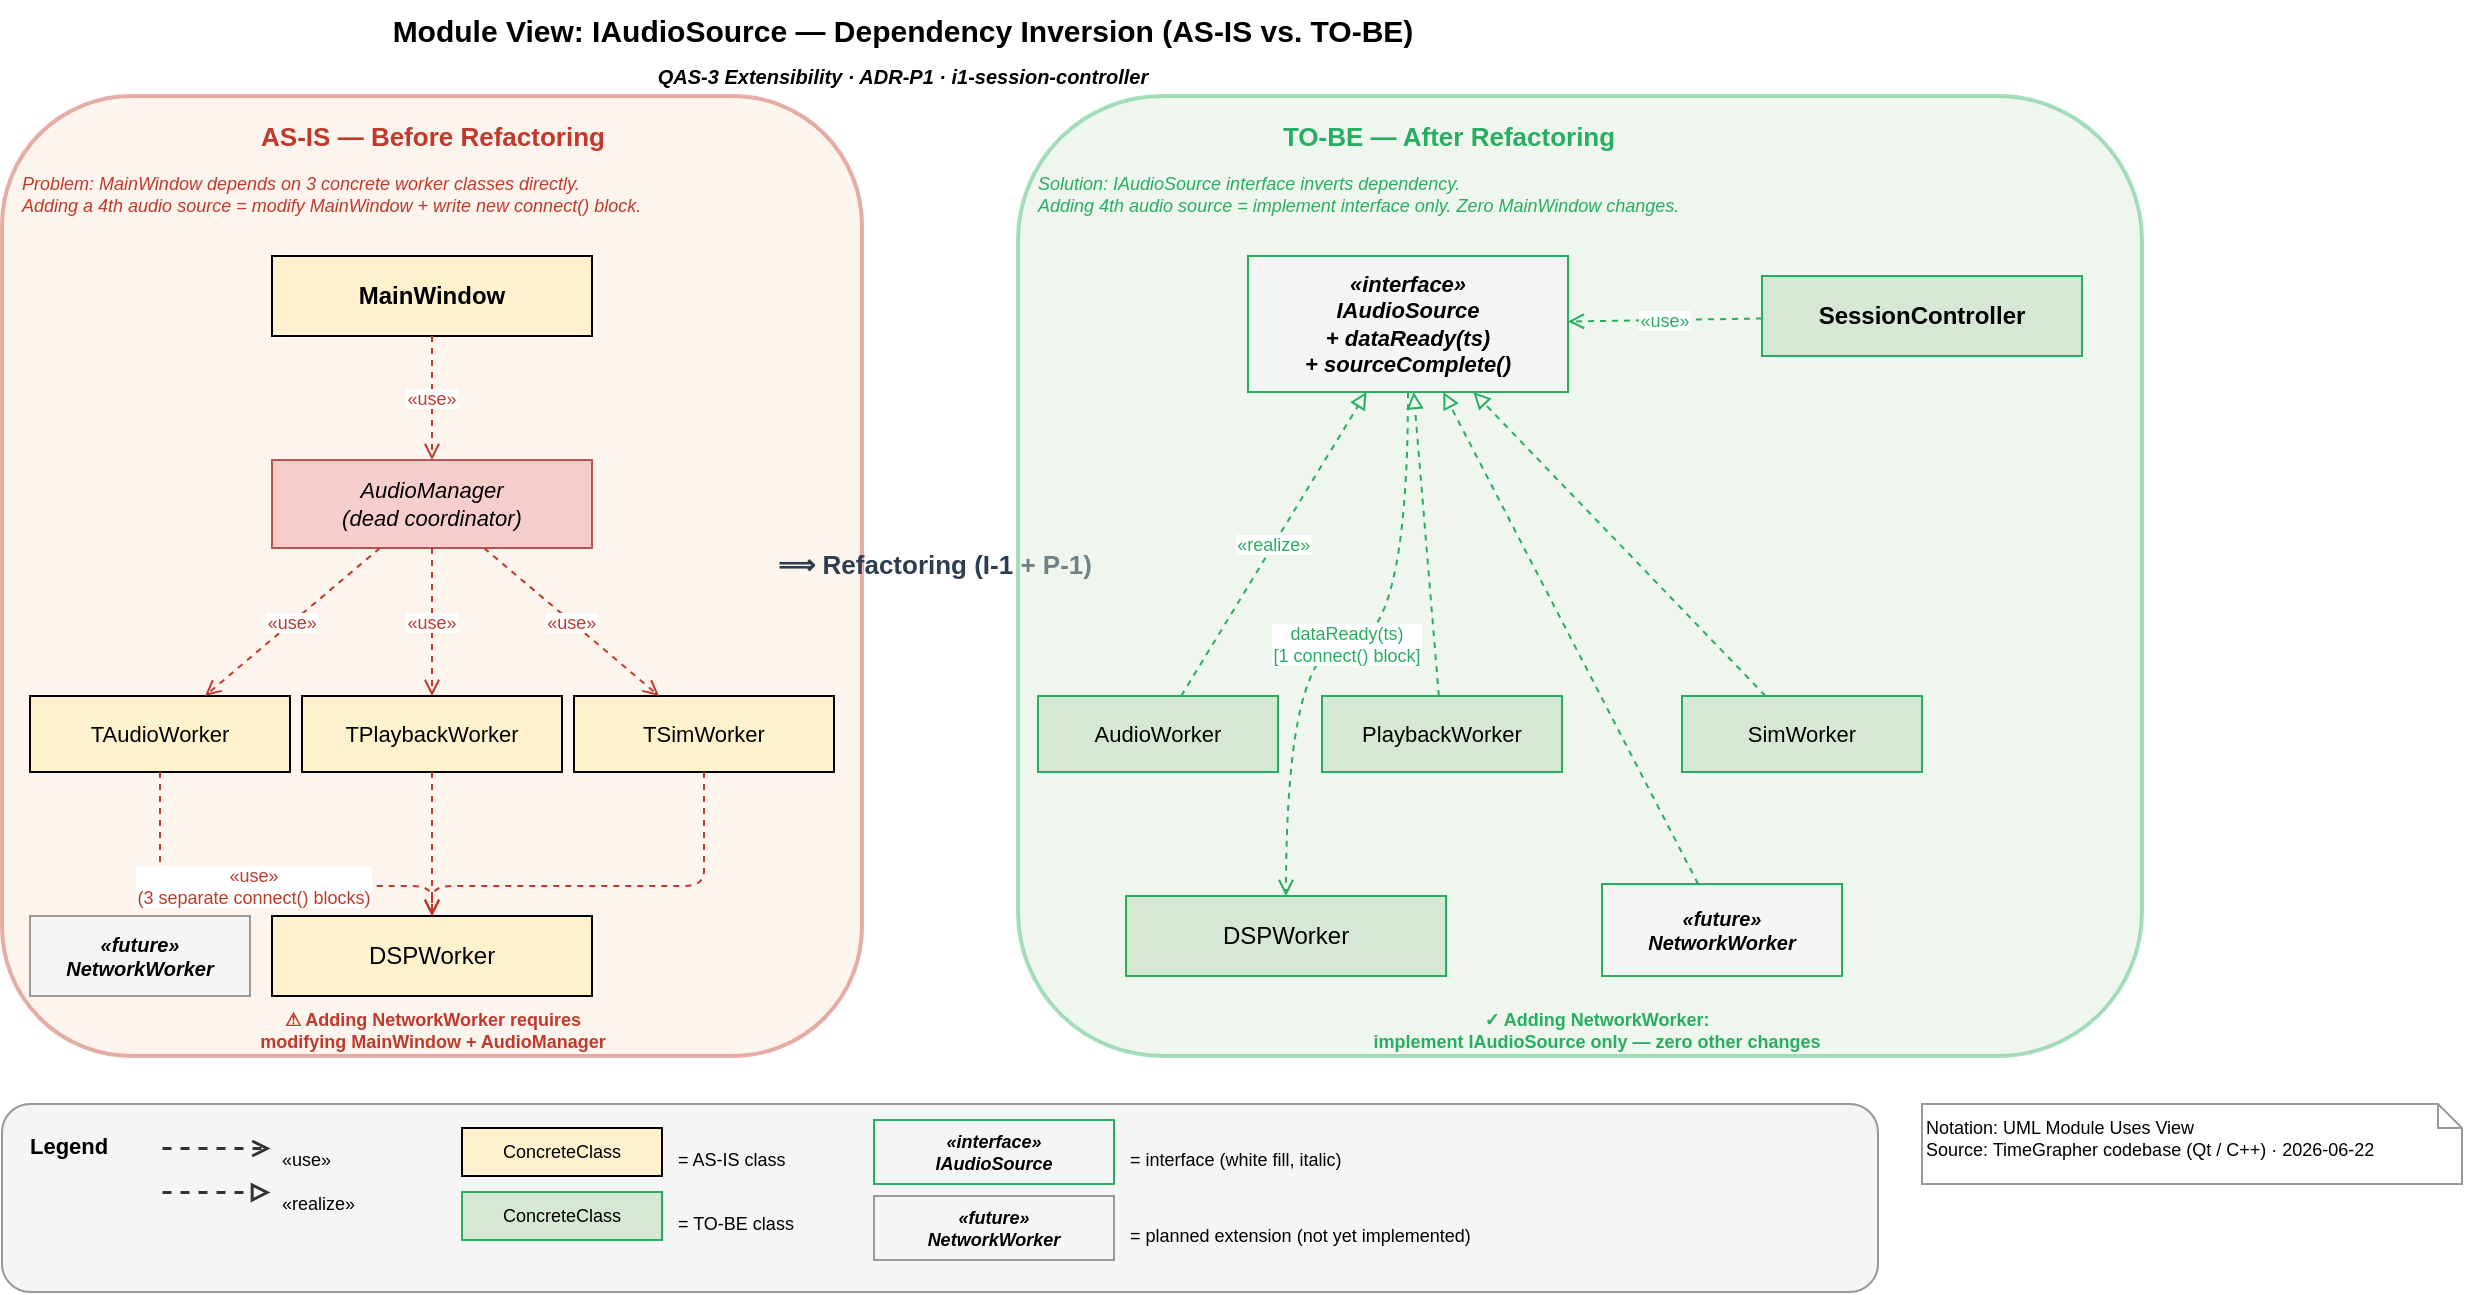
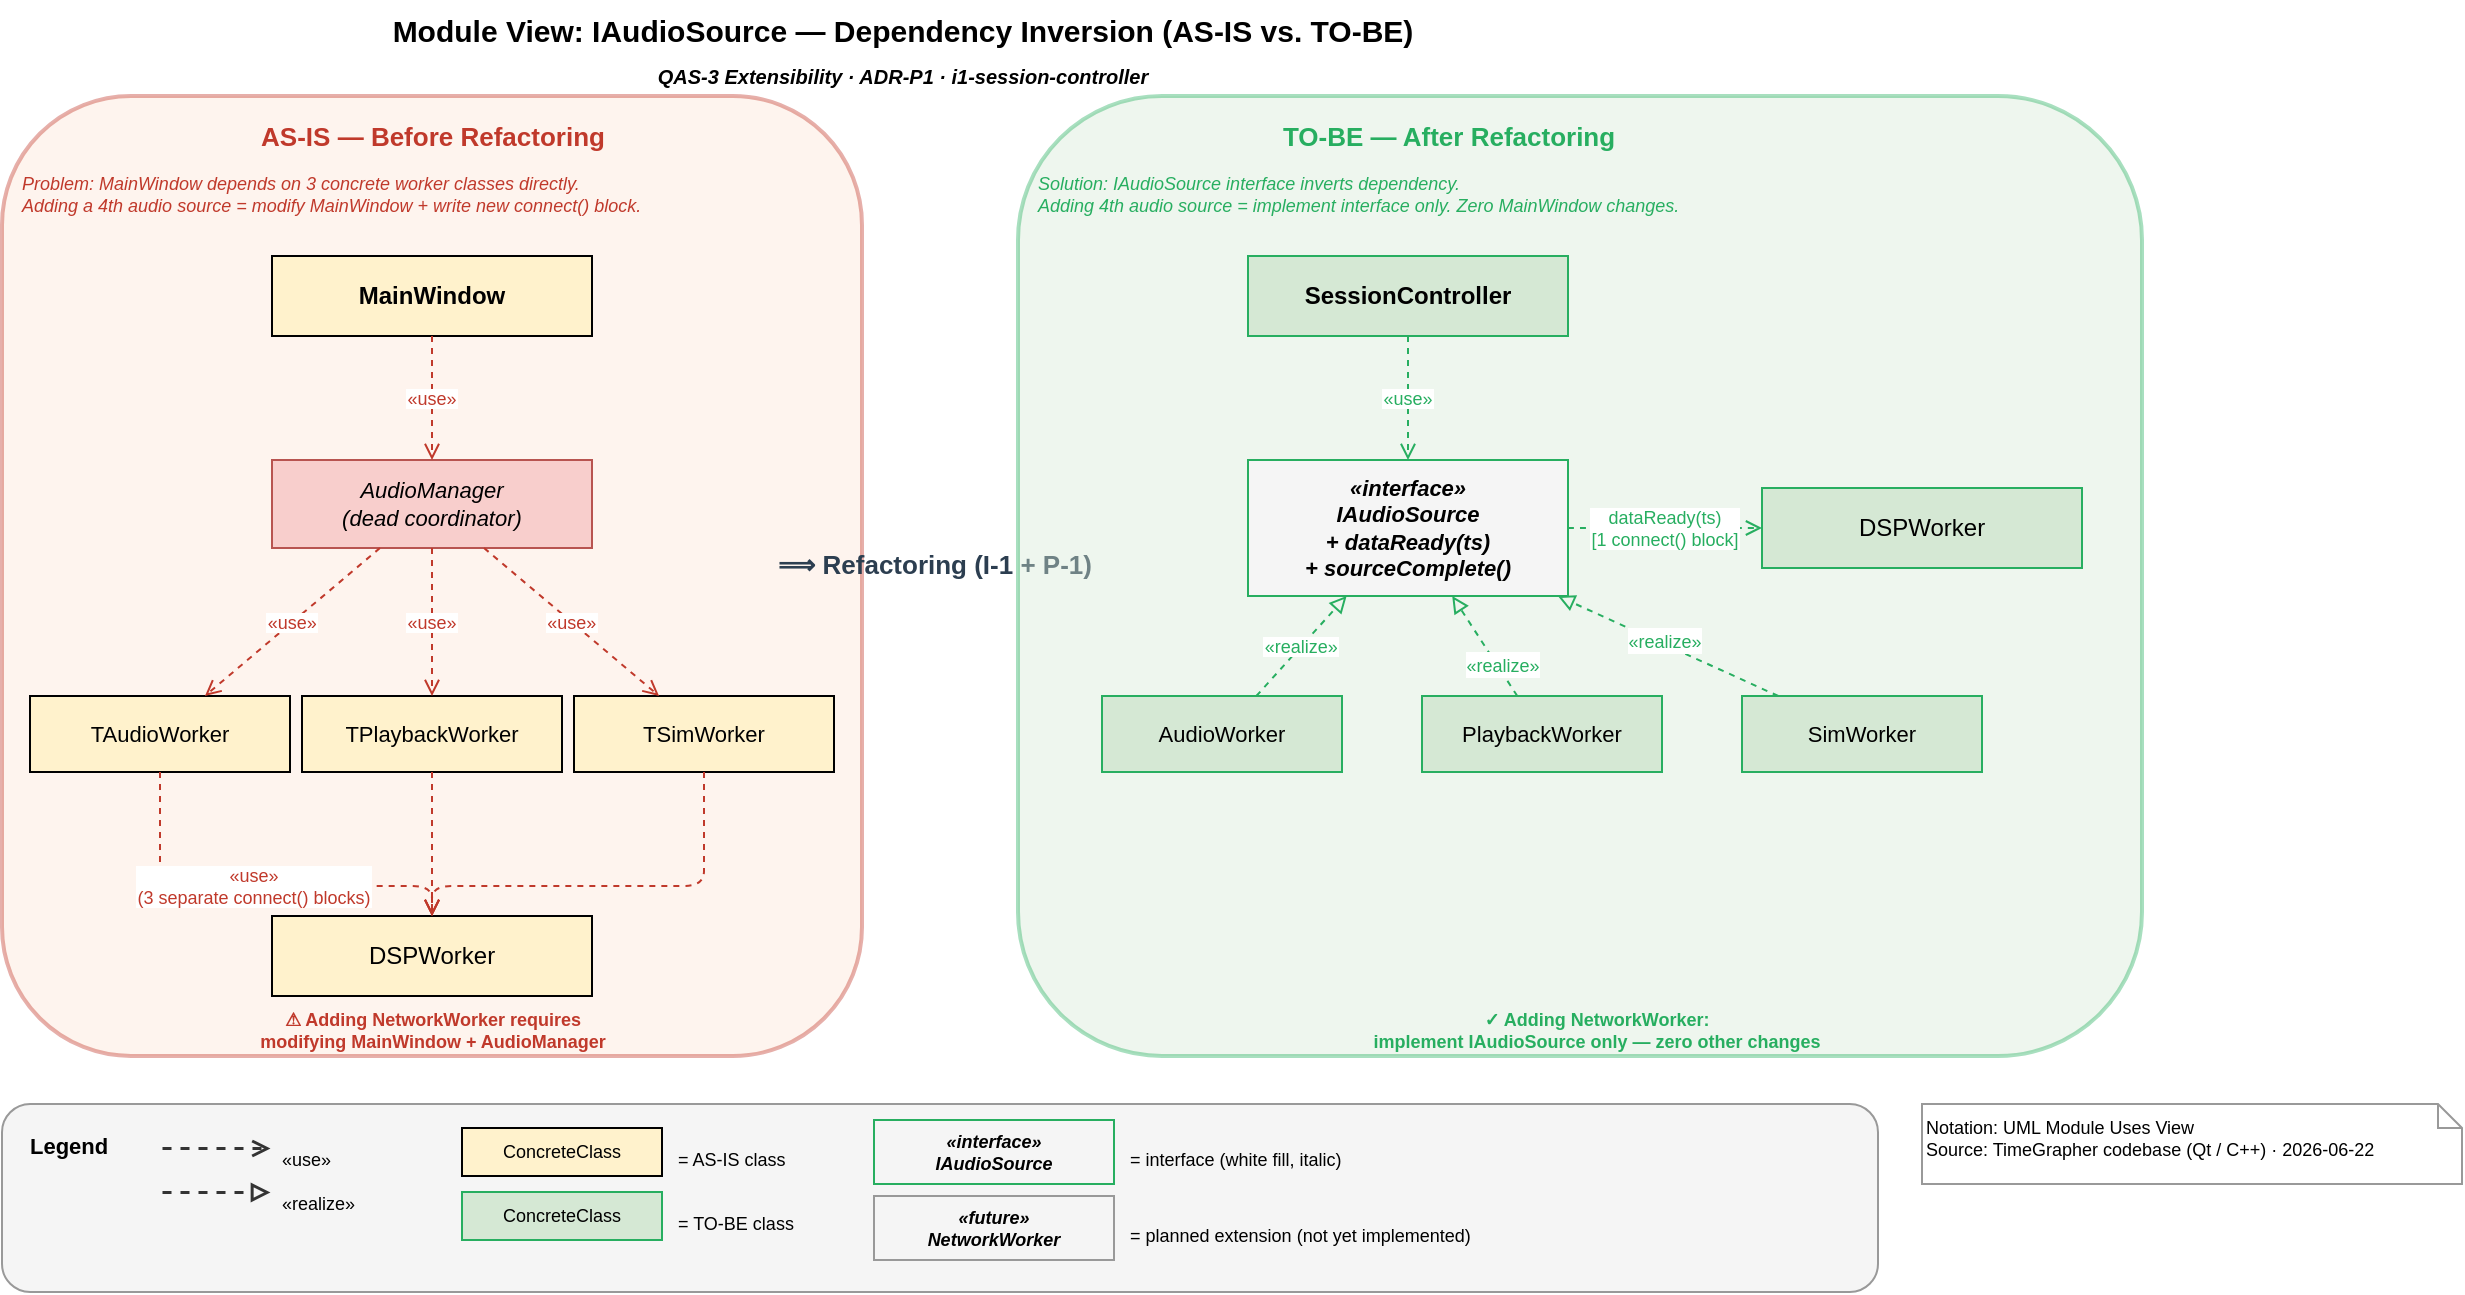
<mxfile host="65bd71144e">
-     <diagram id="hw76EOvLmVs-EcHuds7d" name="IAudioSource Dependency Inversion">
-         <mxGraphModel dx="1134" dy="559" grid="1" gridSize="10" guides="1" tooltips="1" connect="1" arrows="1" fold="1" page="1" pageScale="1" pageWidth="1400" pageHeight="680" math="0" shadow="0">
+     <diagram id="hw76EOvLmVs-EcHuds7d" name="Audio Source Module Uses View">
+         <mxGraphModel dx="1147" dy="647" grid="1" gridSize="10" guides="1" tooltips="1" connect="1" arrows="1" fold="1" page="1" pageScale="1" pageWidth="1400" pageHeight="680" math="0" shadow="0">
            <root>
                <mxCell id="0"/>
                <mxCell id="1" parent="0"/>
                <mxCell id="T0" value="Module View: IAudioSource — Dependency Inversion (AS-IS vs. TO-BE)" style="text;html=1;strokeColor=none;fillColor=none;align=center;fontSize=15;fontStyle=1;" parent="1" vertex="1">
                    <mxGeometry x="40" y="12" width="900" height="28" as="geometry"/>
                </mxCell>
                <mxCell id="T_QA" value="QAS-3 Extensibility · ADR-P1 · i1-session-controller" style="text;html=1;strokeColor=none;fillColor=none;align=center;fontSize=10;fontStyle=3;" parent="1" vertex="1">
                    <mxGeometry x="40" y="38" width="900" height="16" as="geometry"/>
                </mxCell>
                <mxCell id="ASIS_BG" value="" style="rounded=1;whiteSpace=wrap;html=1;fillColor=#fce4d4;strokeColor=#c0392b;strokeWidth=2;opacity=40;" parent="1" vertex="1">
                    <mxGeometry x="40" y="60" width="430" height="480" as="geometry"/>
                </mxCell>
                <mxCell id="ASIS_LBL" value="AS-IS — Before Refactoring" style="text;html=1;strokeColor=none;fillColor=none;fontStyle=1;fontSize=13;fontColor=#c0392b;align=center;" parent="1" vertex="1">
                    <mxGeometry x="40" y="66" width="430" height="22" as="geometry"/>
                </mxCell>
                <mxCell id="ASIS_PROB" value="Problem: MainWindow depends on 3 concrete worker classes directly.&#xa;Adding a 4th audio source = modify MainWindow + write new connect() block." style="text;html=1;strokeColor=none;fillColor=none;fontSize=9;fontStyle=2;fontColor=#c0392b;align=left;" parent="1" vertex="1">
                    <mxGeometry x="48" y="92" width="414" height="32" as="geometry"/>
                </mxCell>
                <mxCell id="A_MW" value="MainWindow" style="rounded=0;whiteSpace=wrap;html=1;fillColor=#fff2cc;strokeColor=#000000;fontSize=12;fontStyle=1;" parent="1" vertex="1">
                    <mxGeometry x="175" y="140" width="160" height="40" as="geometry"/>
                </mxCell>
                <mxCell id="A_AM" value="AudioManager&#xa;(dead coordinator)" style="rounded=0;whiteSpace=wrap;html=1;fillColor=#f8cecc;strokeColor=#b85450;fontSize=11;fontStyle=2;" parent="1" vertex="1">
                    <mxGeometry x="175" y="242" width="160" height="44" as="geometry"/>
                </mxCell>
                <mxCell id="A_AW" value="TAudioWorker" style="rounded=0;whiteSpace=wrap;html=1;fillColor=#fff2cc;strokeColor=#000000;fontSize=11;" parent="1" vertex="1">
                    <mxGeometry x="54" y="360" width="130" height="38" as="geometry"/>
                </mxCell>
                <mxCell id="A_PW" value="TPlaybackWorker" style="rounded=0;whiteSpace=wrap;html=1;fillColor=#fff2cc;strokeColor=#000000;fontSize=11;" parent="1" vertex="1">
                    <mxGeometry x="190" y="360" width="130" height="38" as="geometry"/>
                </mxCell>
                <mxCell id="A_SW" value="TSimWorker" style="rounded=0;whiteSpace=wrap;html=1;fillColor=#fff2cc;strokeColor=#000000;fontSize=11;" parent="1" vertex="1">
                    <mxGeometry x="326" y="360" width="130" height="38" as="geometry"/>
                </mxCell>
                <mxCell id="A_DW" value="DSPWorker" style="rounded=0;whiteSpace=wrap;html=1;fillColor=#fff2cc;strokeColor=#000000;fontSize=12;" parent="1" vertex="1">
                    <mxGeometry x="175" y="470" width="160" height="40" as="geometry"/>
                </mxCell>
                <mxCell id="A_E1" value="«use»" style="dashed=1;endArrow=open;endFill=0;strokeColor=#c0392b;fontSize=9;fontColor=#c0392b;" parent="1" source="A_MW" target="A_AM" edge="1">
                    <mxGeometry relative="1" as="geometry"/>
                </mxCell>
                <mxCell id="A_E2" value="«use»" style="dashed=1;endArrow=open;endFill=0;strokeColor=#c0392b;fontSize=9;fontColor=#c0392b;" parent="1" source="A_AM" target="A_AW" edge="1">
                    <mxGeometry relative="1" as="geometry"/>
                </mxCell>
                <mxCell id="A_E3" value="«use»" style="dashed=1;endArrow=open;endFill=0;strokeColor=#c0392b;fontSize=9;fontColor=#c0392b;" parent="1" source="A_AM" target="A_PW" edge="1">
                    <mxGeometry relative="1" as="geometry"/>
                </mxCell>
                <mxCell id="A_E4" value="«use»" style="dashed=1;endArrow=open;endFill=0;strokeColor=#c0392b;fontSize=9;fontColor=#c0392b;" parent="1" source="A_AM" target="A_SW" edge="1">
                    <mxGeometry relative="1" as="geometry"/>
                </mxCell>
                <mxCell id="A_E5" value="«use»&#xa;(3 separate connect() blocks)" style="dashed=1;endArrow=open;endFill=0;strokeColor=#c0392b;fontSize=9;fontColor=#c0392b;" parent="1" source="A_AW" target="A_DW" edge="1">
                    <mxGeometry relative="1" as="geometry">
                        <Array as="points">
                            <mxPoint x="119" y="430"/>
                            <mxPoint x="119" y="455"/>
                            <mxPoint x="255" y="455"/>
                            <mxPoint x="255" y="470"/>
                        </Array>
                    </mxGeometry>
                </mxCell>
                <mxCell id="A_E6" value="" style="dashed=1;endArrow=open;endFill=0;strokeColor=#c0392b;" parent="1" source="A_PW" target="A_DW" edge="1">
                    <mxGeometry relative="1" as="geometry"/>
                </mxCell>
                <mxCell id="A_E7" value="" style="dashed=1;endArrow=open;endFill=0;strokeColor=#c0392b;" parent="1" source="A_SW" target="A_DW" edge="1">
                    <mxGeometry relative="1" as="geometry">
                        <Array as="points">
                            <mxPoint x="391" y="430"/>
                            <mxPoint x="391" y="455"/>
                            <mxPoint x="255" y="455"/>
                            <mxPoint x="255" y="470"/>
                        </Array>
                    </mxGeometry>
                </mxCell>
-                 <mxCell id="A_NEW" value="«future»&#xa;NetworkWorker" style="rounded=0;whiteSpace=wrap;html=1;fillColor=#f5f5f5;strokeColor=#999999;fontStyle=3;fontSize=10;" parent="1" vertex="1">
-                     <mxGeometry x="54" y="470" width="110" height="40" as="geometry"/>
-                 </mxCell>
                <mxCell id="A_WARN" value="⚠ Adding NetworkWorker requires&#xa;modifying MainWindow + AudioManager" style="text;html=1;strokeColor=none;fillColor=none;fontSize=9;fontColor=#c0392b;fontStyle=1;align=center;" parent="1" vertex="1">
                    <mxGeometry x="48" y="510" width="414" height="28" as="geometry"/>
                </mxCell>
                <mxCell id="DIV" value="⟹ Refactoring (I-1 + P-1)" style="text;html=1;strokeColor=none;fillColor=none;fontStyle=1;fontSize=13;align=center;fontColor=#2c3e50;" parent="1" vertex="1">
                    <mxGeometry x="476" y="280" width="60" height="60" as="geometry"/>
                </mxCell>
                <mxCell id="TOBE_BG" value="" style="rounded=1;whiteSpace=wrap;html=1;fillColor=#d5e8d4;strokeColor=#27ae60;strokeWidth=2;opacity=40;" parent="1" vertex="1">
                    <mxGeometry x="548" y="60" width="562" height="480" as="geometry"/>
                </mxCell>
                <mxCell id="TOBE_LBL" value="TO-BE — After Refactoring" style="text;html=1;strokeColor=none;fillColor=none;fontStyle=1;fontSize=13;fontColor=#27ae60;align=center;" parent="1" vertex="1">
                    <mxGeometry x="548" y="66" width="430" height="22" as="geometry"/>
                </mxCell>
                <mxCell id="TOBE_SOL" value="Solution: IAudioSource interface inverts dependency.&#xa;Adding 4th audio source = implement interface only. Zero MainWindow changes." style="text;html=1;strokeColor=none;fillColor=none;fontSize=9;fontStyle=2;fontColor=#27ae60;align=left;" parent="1" vertex="1">
                    <mxGeometry x="556" y="92" width="414" height="32" as="geometry"/>
                </mxCell>
                <mxCell id="B_IA" value="«interface»&#xa;IAudioSource&#xa;+ dataReady(ts)&#xa;+ sourceComplete()" style="rounded=0;whiteSpace=wrap;html=1;fillColor=#f5f5f5;strokeColor=#27ae60;fontStyle=3;fontSize=11;" parent="1" vertex="1">
-                     <mxGeometry x="663" y="140" width="160" height="68" as="geometry"/>
+                     <mxGeometry x="663" y="242" width="160" height="68" as="geometry"/>
                </mxCell>
                <mxCell id="B_SC" value="SessionController" style="rounded=0;whiteSpace=wrap;html=1;fillColor=#d5e8d4;strokeColor=#27ae60;fontStyle=1;fontSize=12;" parent="1" vertex="1">
-                     <mxGeometry x="920" y="150" width="160" height="40" as="geometry"/>
+                     <mxGeometry x="663" y="140" width="160" height="40" as="geometry"/>
                </mxCell>
                <mxCell id="B_AW" value="AudioWorker" style="rounded=0;whiteSpace=wrap;html=1;fillColor=#d5e8d4;strokeColor=#27ae60;fontSize=11;" parent="1" vertex="1">
-                     <mxGeometry x="558" y="360" width="120" height="38" as="geometry"/>
+                     <mxGeometry x="590" y="360" width="120" height="38" as="geometry"/>
                </mxCell>
                <mxCell id="B_PW" value="PlaybackWorker" style="rounded=0;whiteSpace=wrap;html=1;fillColor=#d5e8d4;strokeColor=#27ae60;fontSize=11;" parent="1" vertex="1">
-                     <mxGeometry x="700" y="360" width="120" height="38" as="geometry"/>
+                     <mxGeometry x="750" y="360" width="120" height="38" as="geometry"/>
                </mxCell>
                <mxCell id="B_SW" value="SimWorker" style="rounded=0;whiteSpace=wrap;html=1;fillColor=#d5e8d4;strokeColor=#27ae60;fontSize=11;" parent="1" vertex="1">
-                     <mxGeometry x="880" y="360" width="120" height="38" as="geometry"/>
+                     <mxGeometry x="910" y="360" width="120" height="38" as="geometry"/>
                </mxCell>
                <mxCell id="B_DW" value="DSPWorker" style="rounded=0;whiteSpace=wrap;html=1;fillColor=#d5e8d4;strokeColor=#27ae60;fontSize=12;" parent="1" vertex="1">
-                     <mxGeometry x="602" y="460" width="160" height="40" as="geometry"/>
-                 </mxCell>
-                 <mxCell id="B_NW" value="«future»&#xa;NetworkWorker" style="rounded=0;whiteSpace=wrap;html=1;fillColor=#f5f5f5;strokeColor=#27ae60;fontStyle=3;fontSize=10;" parent="1" vertex="1">
-                     <mxGeometry x="840" y="454" width="120" height="46" as="geometry"/>
+                     <mxGeometry x="920" y="256" width="160" height="40" as="geometry"/>
                </mxCell>
                <mxCell id="B_E1" value="«use»" style="dashed=1;endArrow=open;endFill=0;strokeColor=#27ae60;fontSize=9;fontColor=#27ae60;" parent="1" source="B_SC" target="B_IA" edge="1">
                    <mxGeometry relative="1" as="geometry"/>
                </mxCell>
                <mxCell id="B_R1" value="«realize»" style="dashed=1;endArrow=block;endFill=0;strokeColor=#27ae60;fontSize=9;fontColor=#27ae60;" parent="1" source="B_AW" target="B_IA" edge="1">
                    <mxGeometry relative="1" as="geometry"/>
                </mxCell>
                <mxCell id="B_R2" value="" style="dashed=1;endArrow=block;endFill=0;strokeColor=#27ae60;" parent="1" source="B_PW" target="B_IA" edge="1">
                    <mxGeometry relative="1" as="geometry"/>
                </mxCell>
+                 <mxCell id="4" value="&lt;span style=&quot;color: rgb(39, 174, 96); font-size: 9px;&quot;&gt;«realize»&lt;/span&gt;" style="edgeLabel;html=1;align=center;verticalAlign=middle;resizable=0;points=[];" vertex="1" connectable="0" parent="B_R2">
+                     <mxGeometry x="-0.403" y="-2" relative="1" as="geometry">
+                         <mxPoint as="offset"/>
+                     </mxGeometry>
+                 </mxCell>
                <mxCell id="B_R3" value="" style="dashed=1;endArrow=block;endFill=0;strokeColor=#27ae60;" parent="1" source="B_SW" target="B_IA" edge="1">
                    <mxGeometry relative="1" as="geometry"/>
                </mxCell>
+                 <mxCell id="5" value="&lt;span style=&quot;color: rgb(39, 174, 96); font-size: 9px;&quot;&gt;«realize»&lt;/span&gt;" style="edgeLabel;html=1;align=center;verticalAlign=middle;resizable=0;points=[];" vertex="1" connectable="0" parent="B_R3">
+                     <mxGeometry x="0.0546" y="-2" relative="1" as="geometry">
+                         <mxPoint as="offset"/>
+                     </mxGeometry>
+                 </mxCell>
                <mxCell id="B_E2" value="dataReady(ts)&#xa;[1 connect() block]" style="edgeStyle=orthogonalEdgeStyle;rounded=1;curved=1;dashed=1;endArrow=open;endFill=0;strokeColor=#27ae60;fontSize=9;fontColor=#27ae60;" parent="1" source="B_IA" target="B_DW" edge="1">
-                     <mxGeometry relative="1" as="geometry"/>
-                 </mxCell>
-                 <mxCell id="B_E3" value="" style="dashed=1;endArrow=block;endFill=0;strokeColor=#27ae60;fontStyle=3;" parent="1" source="B_NW" target="B_IA" edge="1">
                    <mxGeometry relative="1" as="geometry"/>
                </mxCell>
                <mxCell id="B_OK" value="✓ Adding NetworkWorker:&#xa;implement IAudioSource only — zero other changes" style="text;html=1;strokeColor=none;fillColor=none;fontSize=9;fontColor=#27ae60;fontStyle=1;align=center;" parent="1" vertex="1">
                    <mxGeometry x="630" y="510" width="414" height="28" as="geometry"/>
                </mxCell>
                <mxCell id="LEG_BOX" value="" style="rounded=1;whiteSpace=wrap;html=1;fillColor=#f5f5f5;strokeColor=#999999;" parent="1" vertex="1">
                    <mxGeometry x="40" y="564" width="938" height="94" as="geometry"/>
                </mxCell>
                <mxCell id="LEG_T" value="Legend" style="text;html=1;strokeColor=none;fillColor=none;fontStyle=1;fontSize=11;align=left;" parent="1" vertex="1">
                    <mxGeometry x="52" y="572" width="60" height="18" as="geometry"/>
                </mxCell>
                <mxCell id="LE1" value="" style="dashed=1;endArrow=open;endFill=0;strokeColor=#333333;strokeWidth=1.5;" parent="1" edge="1">
                    <mxGeometry relative="1" as="geometry">
                        <mxPoint x="120" y="586" as="sourcePoint"/>
                        <mxPoint x="174" y="586" as="targetPoint"/>
                    </mxGeometry>
                </mxCell>
                <mxCell id="LT1" value="«use»" style="text;html=1;strokeColor=none;fillColor=none;align=left;fontSize=9;" parent="1" vertex="1">
                    <mxGeometry x="178" y="580" width="80" height="14" as="geometry"/>
                </mxCell>
                <mxCell id="LE2" value="" style="dashed=1;endArrow=block;endFill=0;strokeColor=#333333;strokeWidth=1.5;" parent="1" edge="1">
                    <mxGeometry relative="1" as="geometry">
                        <mxPoint x="120" y="608" as="sourcePoint"/>
                        <mxPoint x="174" y="608" as="targetPoint"/>
                    </mxGeometry>
                </mxCell>
                <mxCell id="LT2" value="«realize»" style="text;html=1;strokeColor=none;fillColor=none;align=left;fontSize=9;" parent="1" vertex="1">
                    <mxGeometry x="178" y="602" width="80" height="14" as="geometry"/>
                </mxCell>
                <mxCell id="LC1" value="ConcreteClass" style="rounded=0;whiteSpace=wrap;html=1;fillColor=#fff2cc;strokeColor=#000000;fontSize=9;" parent="1" vertex="1">
                    <mxGeometry x="270" y="576" width="100" height="24" as="geometry"/>
                </mxCell>
                <mxCell id="LT3" value="= AS-IS class" style="text;html=1;strokeColor=none;fillColor=none;align=left;fontSize=9;" parent="1" vertex="1">
                    <mxGeometry x="376" y="580" width="90" height="14" as="geometry"/>
                </mxCell>
                <mxCell id="LC2" value="ConcreteClass" style="rounded=0;whiteSpace=wrap;html=1;fillColor=#d5e8d4;strokeColor=#27ae60;fontSize=9;" parent="1" vertex="1">
                    <mxGeometry x="270" y="608" width="100" height="24" as="geometry"/>
                </mxCell>
                <mxCell id="LT4" value="= TO-BE class" style="text;html=1;strokeColor=none;fillColor=none;align=left;fontSize=9;" parent="1" vertex="1">
                    <mxGeometry x="376" y="612" width="90" height="14" as="geometry"/>
                </mxCell>
                <mxCell id="LC3" value="«interface»&#xa;IAudioSource" style="rounded=0;whiteSpace=wrap;html=1;fillColor=#f5f5f5;strokeColor=#27ae60;fontStyle=3;fontSize=9;" parent="1" vertex="1">
                    <mxGeometry x="476" y="572" width="120" height="32" as="geometry"/>
                </mxCell>
                <mxCell id="LT5" value="= interface (white fill, italic)" style="text;html=1;strokeColor=none;fillColor=none;align=left;fontSize=9;" parent="1" vertex="1">
                    <mxGeometry x="602" y="580" width="160" height="14" as="geometry"/>
                </mxCell>
                <mxCell id="LC4" value="«future»&#xa;NetworkWorker" style="rounded=0;whiteSpace=wrap;html=1;fillColor=#f5f5f5;strokeColor=#999999;fontStyle=3;fontSize=9;" parent="1" vertex="1">
                    <mxGeometry x="476" y="610" width="120" height="32" as="geometry"/>
                </mxCell>
                <mxCell id="LT6" value="= planned extension (not yet implemented)" style="text;html=1;strokeColor=none;fillColor=none;align=left;fontSize=9;" parent="1" vertex="1">
                    <mxGeometry x="602" y="618" width="200" height="14" as="geometry"/>
                </mxCell>
                <mxCell id="KNOTE" value="Notation: UML Module Uses View&#xa;Source: TimeGrapher codebase (Qt / C++) · 2026-06-22" style="shape=note;whiteSpace=wrap;html=1;backgroundOutline=1;fontSize=9;fillColor=#ffffff;strokeColor=#999999;size=12;align=left;verticalAlign=top;" parent="1" vertex="1">
                    <mxGeometry x="1000" y="564" width="270" height="40" as="geometry"/>
                </mxCell>
            </root>
        </mxGraphModel>
    </diagram>
</mxfile>